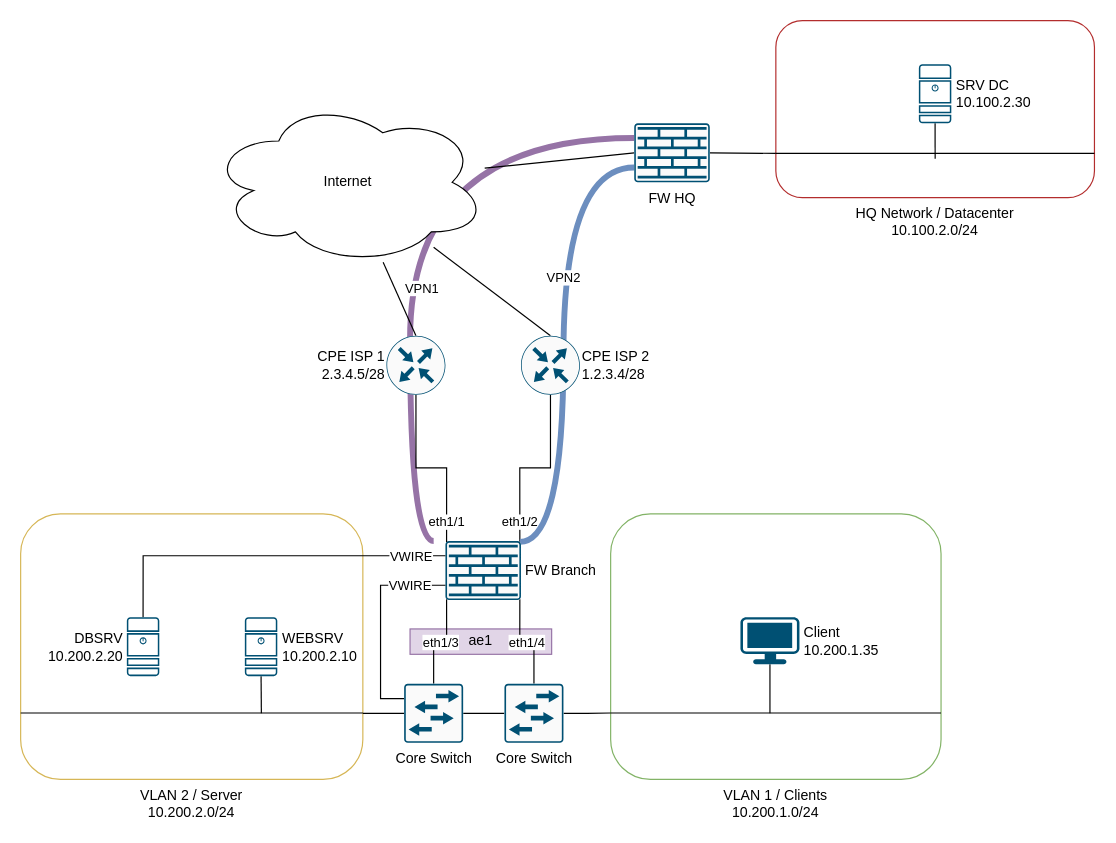
This is PAN_WORKSHOP_2021.drawio from t11z/pan-workshop, a draw.io file, before an edit. Source tidied: cells renumbered, new cells numbered last; positions are measured from the earlier drawing's top-left corner, leaving out a move shared by most shapes. Both pictures are drawn from the tidied source at 118%, with x=0, y=0 at pixel (20, 20).
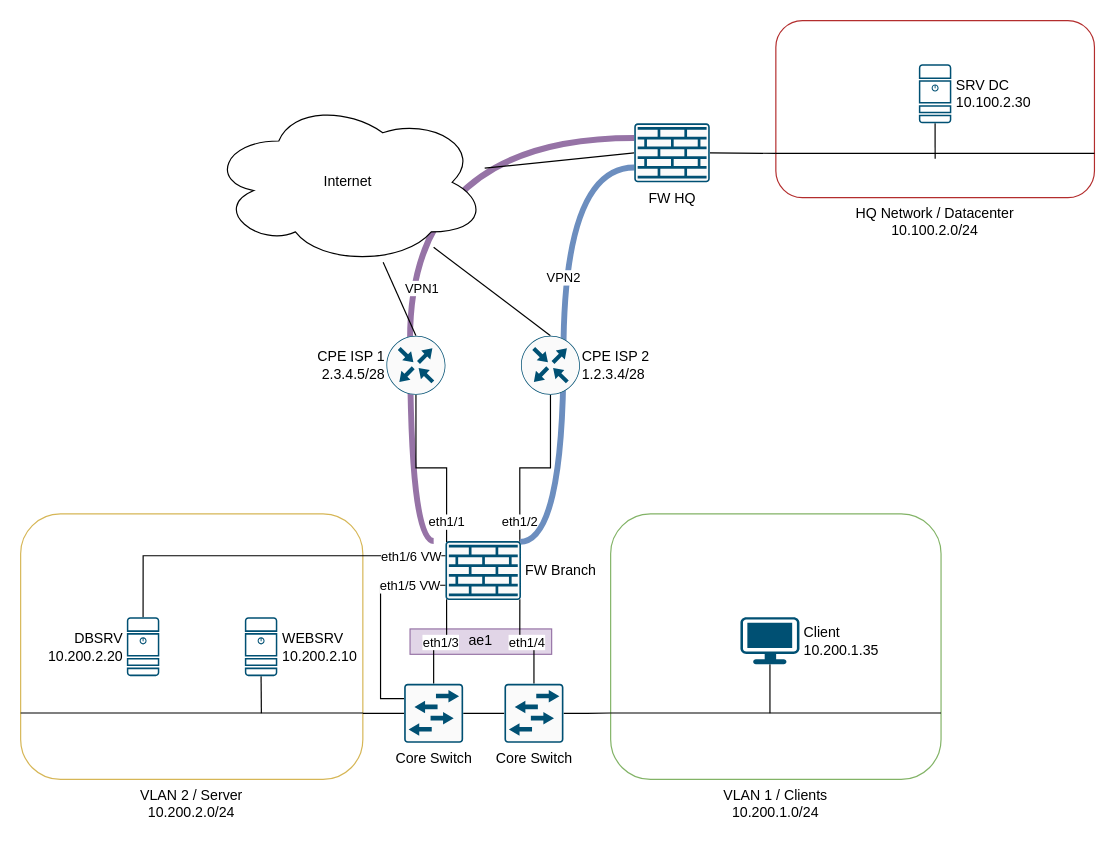
The same diagram, later.

Unchanged cells that the change refers to:
```xml
<mxCell id="10" value="FW Branch" style="points=[[0.015,0.015,0],[0.985,0.015,0],[0.985,0.985,0],[0.015,0.985,0],[0.25,0,0],[0.5,0,0],[0.75,0,0],[1,0.25,0],[1,0.5,0],[1,0.75,0],[0.75,1,0],[0.5,1,0],[0.25,1,0],[0,0.75,0],[0,0.5,0],[0,0.25,0]];verticalLabelPosition=middle;html=1;verticalAlign=middle;align=left;shape=mxgraph.cisco19.rect;prIcon=firewall;fillColor=#FAFAFA;strokeColor=#005073;labelPosition=right;spacingLeft=2;" parent="1" vertex="1">
  <mxGeometry x="360" y="441" width="64" height="50" as="geometry" />
</mxCell>
<mxCell id="16" value="DBSRV&lt;br&gt;10.200.2.20" style="points=[[0.015,0.015,0],[0.985,0.015,0],[0.985,0.985,0],[0.015,0.985,0],[0.25,0,0],[0.5,0,0],[0.75,0,0],[1,0.25,0],[1,0.5,0],[1,0.75,0],[0.75,1,0],[0.5,1,0],[0.25,1,0],[0,0.75,0],[0,0.5,0],[0,0.25,0]];verticalLabelPosition=middle;html=1;verticalAlign=middle;align=right;shape=mxgraph.cisco19.server;fillColor=#005073;strokeColor=none;labelPosition=left;spacingRight=2;" parent="1" vertex="1">
  <mxGeometry x="90" y="505.5" width="27.5" height="50" as="geometry" />
</mxCell>
<mxCell id="20" value="Core Switch" style="points=[[0.015,0.015,0],[0.985,0.015,0],[0.985,0.985,0],[0.015,0.985,0],[0.25,0,0],[0.5,0,0],[0.75,0,0],[1,0.25,0],[1,0.5,0],[1,0.75,0],[0.75,1,0],[0.5,1,0],[0.25,1,0],[0,0.75,0],[0,0.5,0],[0,0.25,0]];verticalLabelPosition=bottom;html=1;verticalAlign=top;align=center;shape=mxgraph.cisco19.rect;prIcon=l2_switch;fillColor=#FAFAFA;strokeColor=#005073;" parent="1" vertex="1">
  <mxGeometry x="325" y="562" width="50" height="50" as="geometry" />
</mxCell>
```

Change to the diagram source:
```diff
@@
-    <mxCell id="15" value="VWIRE" style="edgeStyle=orthogonalEdgeStyle;rounded=0;jettySize=auto;html=1;exitX=0.5;exitY=0;exitDx=0;exitDy=0;exitPerimeter=0;entryX=0;entryY=0.25;entryDx=0;entryDy=0;entryPerimeter=0;endArrow=none;endFill=0;" parent="1" edge="1" source="16" target="10">
+    <mxCell id="15" value="eth1/6 VW" style="edgeStyle=orthogonalEdgeStyle;rounded=0;jettySize=auto;html=1;exitX=0.5;exitY=0;exitDx=0;exitDy=0;exitPerimeter=0;entryX=0;entryY=0.25;entryDx=0;entryDy=0;entryPerimeter=0;endArrow=none;endFill=0;" parent="1" edge="1" source="16" target="10">
       <mxGeometry x="0.81" relative="1" as="geometry" />
     </mxCell>
@@
-    <mxCell id="19" value="VWIRE" style="edgeStyle=orthogonalEdgeStyle;rounded=0;jettySize=auto;html=1;exitX=0;exitY=0.25;exitDx=0;exitDy=0;exitPerimeter=0;entryX=0;entryY=0.75;entryDx=0;entryDy=0;entryPerimeter=0;endArrow=none;endFill=0;" parent="1" edge="1" source="20" target="10">
+    <mxCell id="19" value="eth1/5 VW" style="edgeStyle=orthogonalEdgeStyle;rounded=0;jettySize=auto;html=1;exitX=0;exitY=0.25;exitDx=0;exitDy=0;exitPerimeter=0;entryX=0;entryY=0.75;entryDx=0;entryDy=0;entryPerimeter=0;endArrow=none;endFill=0;" parent="1" edge="1" source="20" target="10">
       <mxGeometry x="0.65" relative="1" as="geometry" />
     </mxCell>
```
